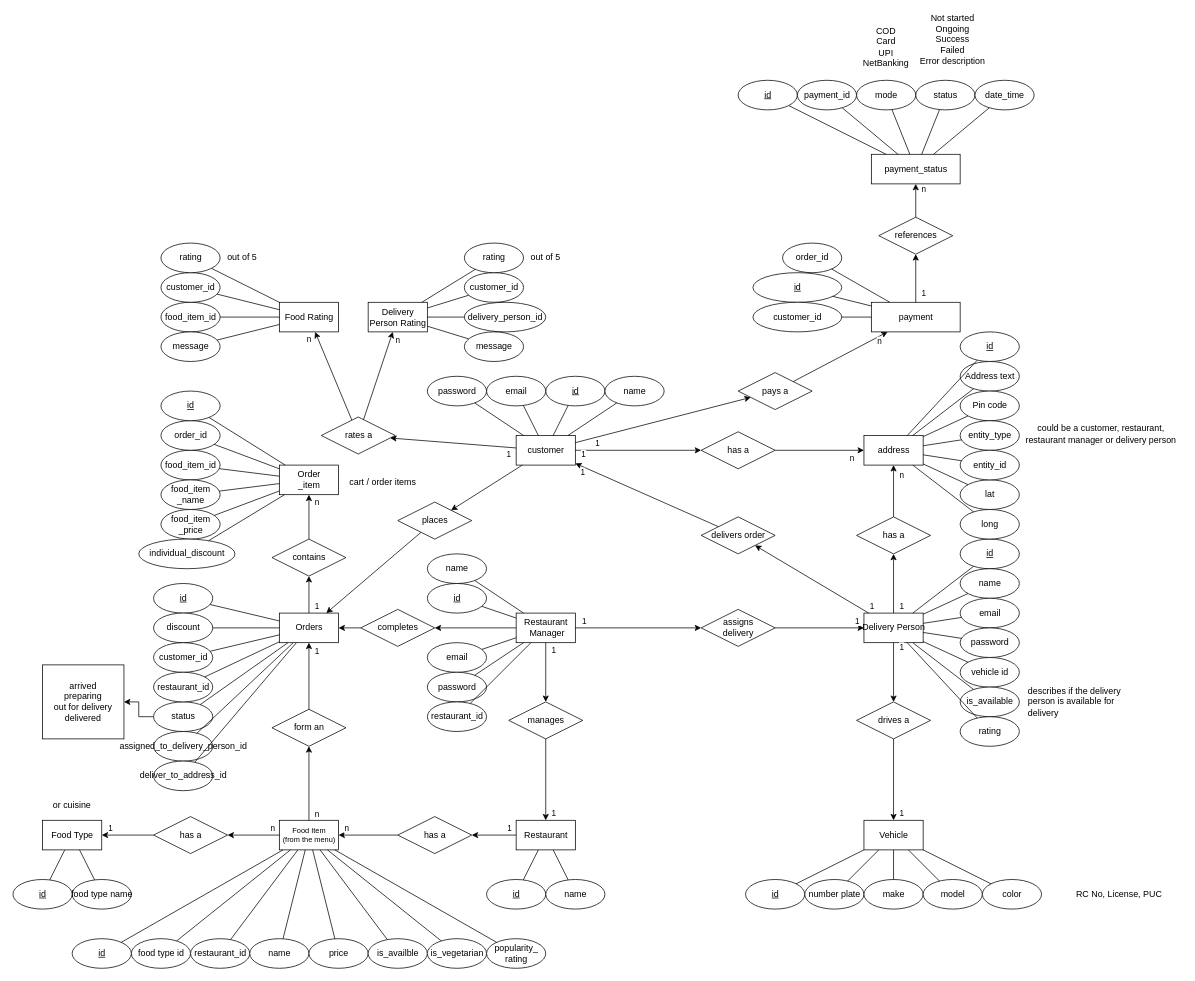
callofthewild/hunger-buzz keeps this draw.io diagram as diagrams/ER/ER diagram.drawio. Above is the earlier version. Source tidied: cells renumbered, new cells numbered last; positions are measured from the earlier drawing's top-left corner, leaving out a move shared by most shapes. Both pictures are drawn from the tidied source at 74%, with x=0, y=0 at pixel (13, 13).
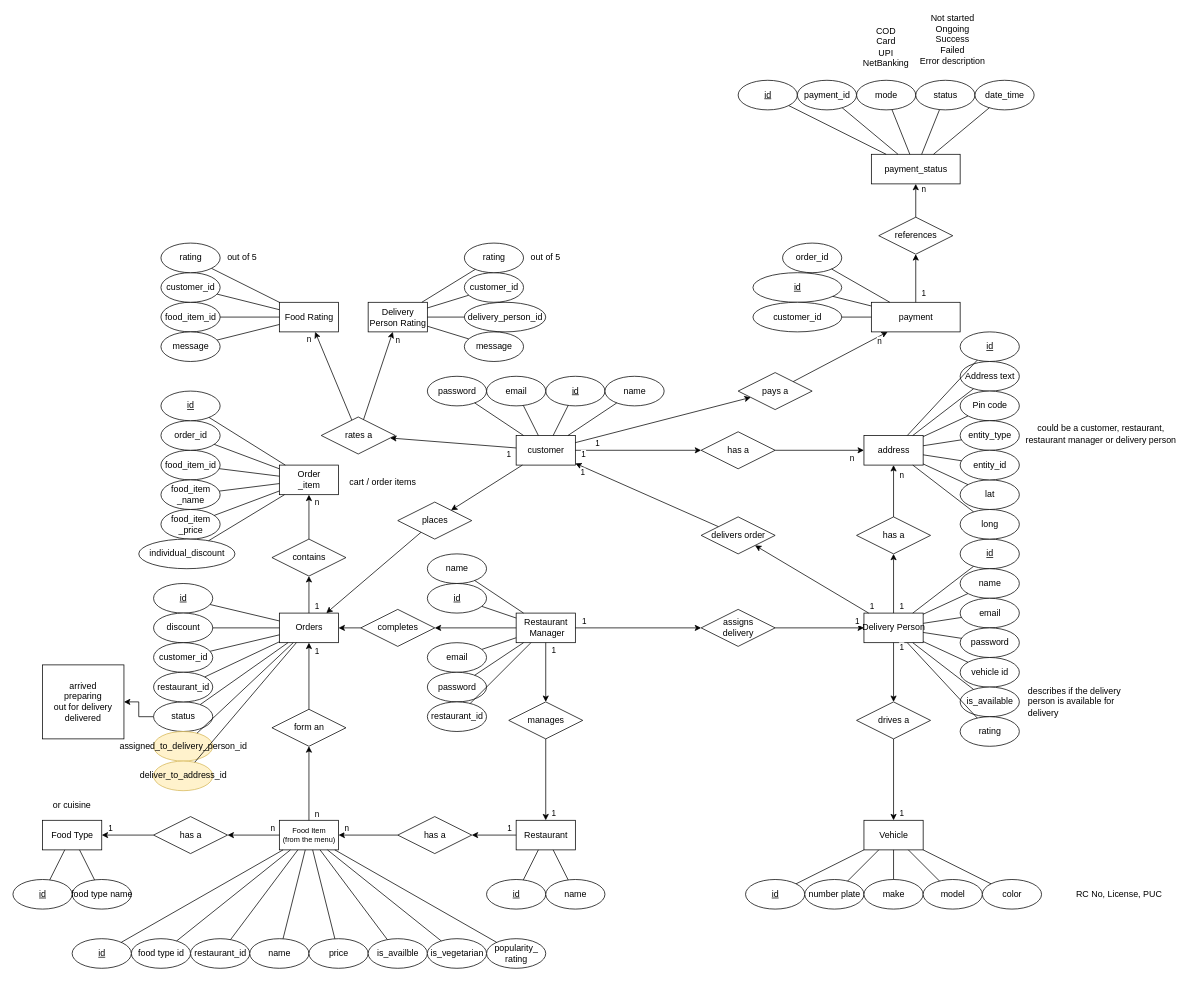
Above is the later version.

Commit message:
highlight fields

The edit, as a diff of the source:
```diff
@@
-    <mxCell id="234" value="assigned_to_delivery_person_id" style="ellipse;html=1;" parent="1" vertex="1">
+    <mxCell id="234" value="assigned_to_delivery_person_id" style="ellipse;html=1;fillColor=#fff2cc;strokeColor=#d6b656;" parent="1" vertex="1">
       <mxGeometry x="190" y="970" width="80" height="40" as="geometry" />
     </mxCell>
-    <mxCell id="235" value="deliver_to_address_id" style="ellipse;html=1;" parent="1" vertex="1">
+    <mxCell id="235" value="deliver_to_address_id" style="ellipse;html=1;fillColor=#fff2cc;strokeColor=#d6b656;" parent="1" vertex="1">
       <mxGeometry x="190" y="1010" width="80" height="40" as="geometry" />
     </mxCell>
```
